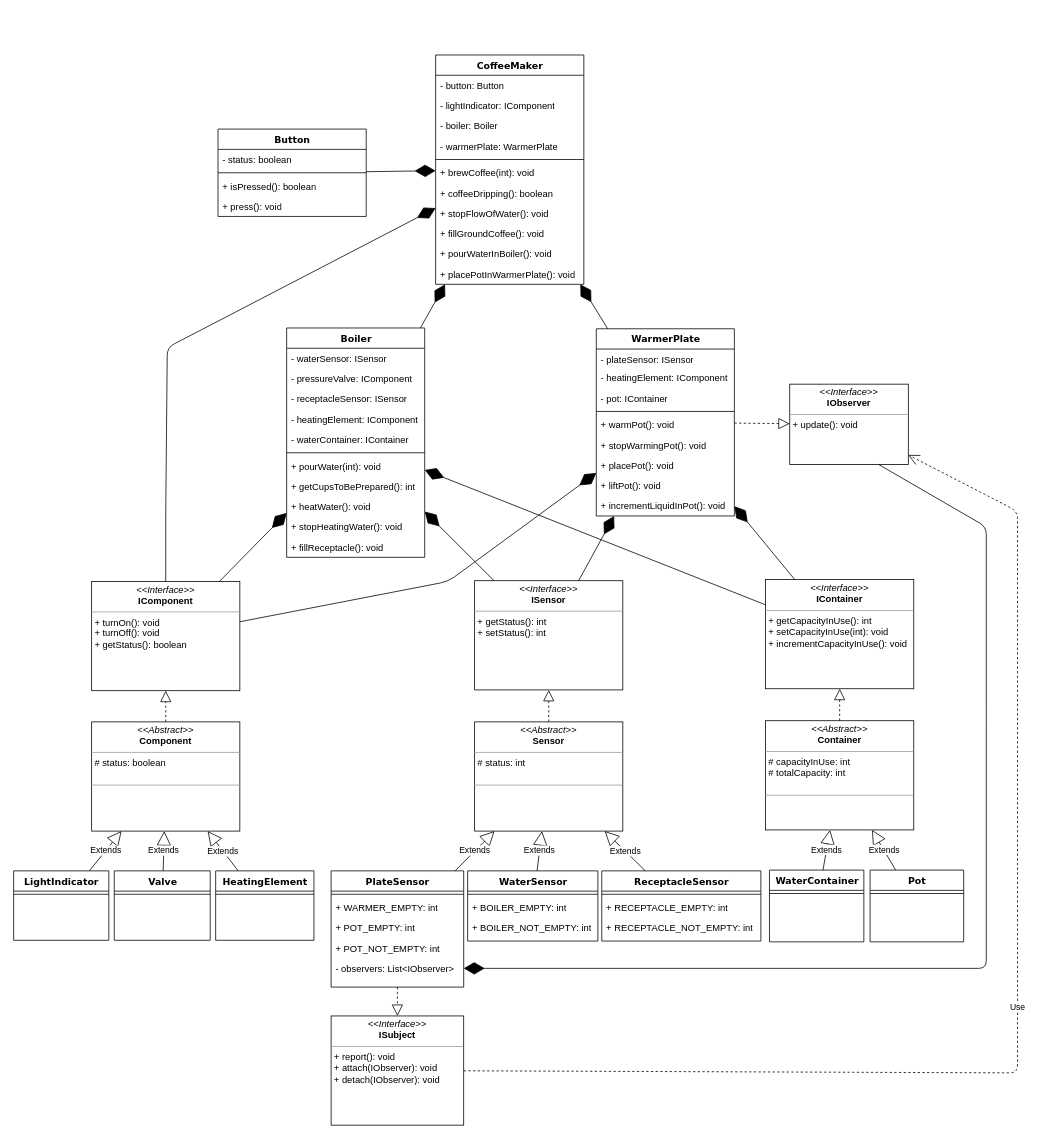
Before: Resources/CoffeeMaker.drawio in aburgosu/CoffeeMaker-JAM, a draw.io diagram. Source tidied: cells renumbered, new cells numbered last; positions are measured from the earlier drawing's top-left corner, leaving out a move shared by most shapes. Both pictures are drawn from the tidied source at 78%, with x=0, y=0 at pixel (13, 55).
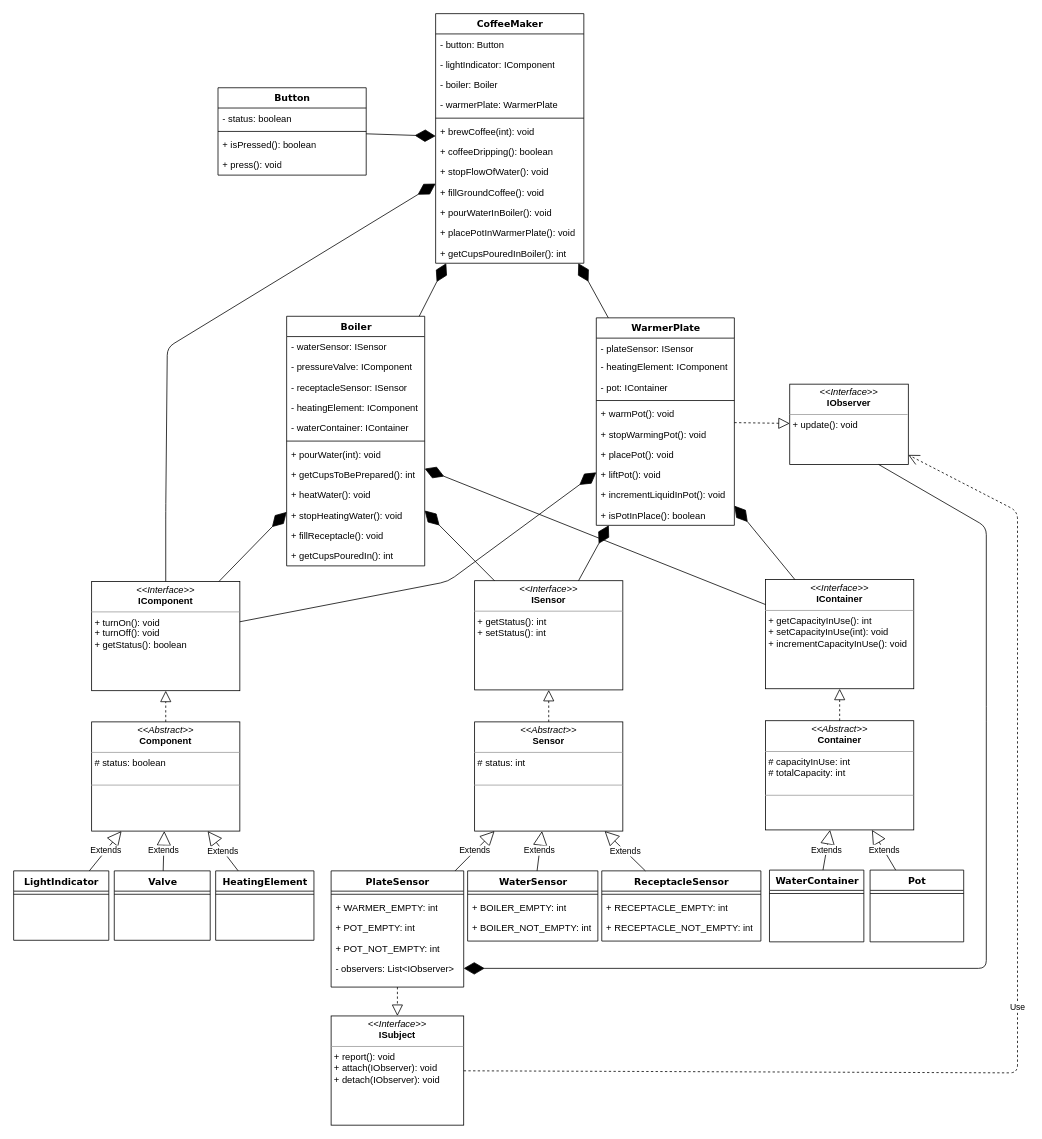
The same page after the edit.

The edit, as a diff of the source:
```diff
@@
     <mxCell id="23" value="Boiler" style="swimlane;html=1;fontStyle=1;align=center;verticalAlign=top;horizontal=1;startSize=26;swimlaneFillColor=#ffffff;rounded=0;shadow=0;comic=0;labelBackgroundColor=none;strokeColor=#000000;strokeWidth=1;fillColor=none;fontFamily=Verdana;fontSize=12;fontColor=#000000;" parent="1" vertex="1">
-      <mxGeometry x="350" y="350" width="177" height="294" as="geometry" />
+      <mxGeometry x="350" y="335" width="177" height="320" as="geometry" />
     </mxCell>
@@
+    <mxCell id="98" value="+ fillReceptacle(): void&lt;br&gt;" style="text;html=1;strokeColor=none;fillColor=none;align=left;verticalAlign=top;spacingLeft=4;spacingRight=4;whiteSpace=wrap;overflow=hidden;" parent="23" vertex="1">
+      <mxGeometry y="268" width="177" height="26" as="geometry" />
+    </mxCell>
-    <mxCell id="34" value="+ fillReceptacle(): void&lt;br&gt;" style="text;html=1;strokeColor=none;fillColor=none;align=left;verticalAlign=top;spacingLeft=4;spacingRight=4;whiteSpace=wrap;overflow=hidden;" parent="23" vertex="1">
-      <mxGeometry y="268" width="177" height="26" as="geometry" />
+    <mxCell id="34" value="+ getCupsPouredIn(): int&lt;br&gt;" style="text;html=1;strokeColor=none;fillColor=none;align=left;verticalAlign=top;spacingLeft=4;spacingRight=4;whiteSpace=wrap;overflow=hidden;" parent="23" vertex="1">
+      <mxGeometry y="294" width="177" height="26" as="geometry" />
     </mxCell>
     <mxCell id="35" value="WarmerPlate" style="swimlane;html=1;fontStyle=1;align=center;verticalAlign=top;horizontal=1;startSize=26;swimlaneFillColor=#ffffff;rounded=0;shadow=0;comic=0;labelBackgroundColor=none;strokeColor=#000000;strokeWidth=1;fillColor=none;fontFamily=Verdana;fontSize=12;fontColor=#000000;" parent="1" vertex="1">
-      <mxGeometry x="747" y="351" width="177" height="240" as="geometry" />
+      <mxGeometry x="747" y="337" width="177" height="266" as="geometry" />
     </mxCell>
@@
+    <mxCell id="99" value="+ incrementLiquidInPot(): void" style="text;html=1;strokeColor=none;fillColor=none;align=left;verticalAlign=top;spacingLeft=4;spacingRight=4;whiteSpace=wrap;overflow=hidden;" parent="35" vertex="1">
+      <mxGeometry y="214" width="177" height="26" as="geometry" />
+    </mxCell>
-    <mxCell id="44" value="+ incrementLiquidInPot(): void" style="text;html=1;strokeColor=none;fillColor=none;align=left;verticalAlign=top;spacingLeft=4;spacingRight=4;whiteSpace=wrap;overflow=hidden;" parent="35" vertex="1">
-      <mxGeometry y="214" width="177" height="26" as="geometry" />
+    <mxCell id="44" value="+ isPotInPlace(): boolean" style="text;html=1;strokeColor=none;fillColor=none;align=left;verticalAlign=top;spacingLeft=4;spacingRight=4;whiteSpace=wrap;overflow=hidden;" parent="35" vertex="1">
+      <mxGeometry y="240" width="177" height="26" as="geometry" />
     </mxCell>
     <mxCell id="45" value="CoffeeMaker" style="swimlane;html=1;fontStyle=1;align=center;verticalAlign=top;horizontal=1;startSize=26;swimlaneFillColor=#ffffff;rounded=0;shadow=0;comic=0;labelBackgroundColor=none;strokeColor=#000000;strokeWidth=1;fillColor=none;fontFamily=Verdana;fontSize=12;fontColor=#000000;" parent="1" vertex="1">
-      <mxGeometry x="541" width="190" height="294" as="geometry" />
+      <mxGeometry x="541" y="-53" width="190" height="320" as="geometry" />
     </mxCell>
@@
+    <mxCell id="100" value="+ placePotInWarmerPlate(): void&lt;br&gt;" style="text;html=1;strokeColor=none;fillColor=none;align=left;verticalAlign=top;spacingLeft=4;spacingRight=4;whiteSpace=wrap;overflow=hidden;" parent="45" vertex="1">
+      <mxGeometry y="268" width="190" height="26" as="geometry" />
+    </mxCell>
-    <mxCell id="56" value="+ placePotInWarmerPlate(): void&lt;br&gt;" style="text;html=1;strokeColor=none;fillColor=none;align=left;verticalAlign=top;spacingLeft=4;spacingRight=4;whiteSpace=wrap;overflow=hidden;" parent="45" vertex="1">
-      <mxGeometry y="268" width="190" height="26" as="geometry" />
+    <mxCell id="56" value="+ getCupsPouredInBoiler(): int&lt;br&gt;" style="text;html=1;strokeColor=none;fillColor=none;align=left;verticalAlign=top;spacingLeft=4;spacingRight=4;whiteSpace=wrap;overflow=hidden;" parent="45" vertex="1">
+      <mxGeometry y="294" width="190" height="26" as="geometry" />
     </mxCell>
@@
     <mxCell id="64" value="Button" style="swimlane;html=1;fontStyle=1;align=center;verticalAlign=top;horizontal=1;startSize=26;swimlaneFillColor=#ffffff;rounded=0;shadow=0;comic=0;labelBackgroundColor=none;strokeColor=#000000;strokeWidth=1;fillColor=none;fontFamily=Verdana;fontSize=12;fontColor=#000000;" parent="1" vertex="1">
-      <mxGeometry x="262" y="95" width="190" height="112" as="geometry" />
+      <mxGeometry x="262" y="42" width="190" height="112" as="geometry" />
     </mxCell>
```
